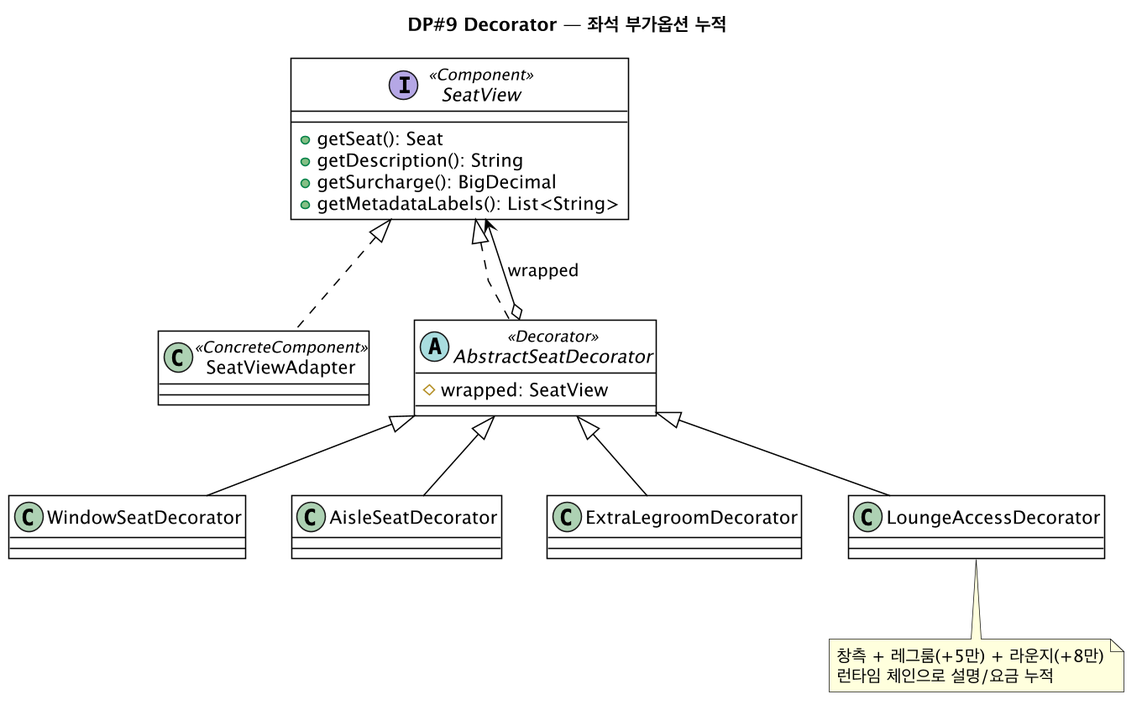
The PlantUML diagram docs/diagrams/iter4-puml/dp9-decorator.png in gimjungwook/KoreanAirReservationDomain, before a commit. Source of this version:
```plantuml
@startuml dp9-decorator
!include _style.puml
title DP#9 Decorator — 좌석 부가옵션 누적

interface SeatView <<Component>> {
  +getSeat(): Seat
  +getDescription(): String
  +getSurcharge(): BigDecimal
  +getMetadataLabels(): List<String>
}
class SeatViewAdapter <<ConcreteComponent>>
abstract class AbstractSeatDecorator <<Decorator>> {
  #wrapped: SeatView
}
class WindowSeatDecorator
class AisleSeatDecorator
class ExtraLegroomDecorator
class LoungeAccessDecorator

SeatView <|.. SeatViewAdapter
SeatView <|.. AbstractSeatDecorator
AbstractSeatDecorator o--> SeatView : wrapped
AbstractSeatDecorator <|-- WindowSeatDecorator
AbstractSeatDecorator <|-- AisleSeatDecorator
AbstractSeatDecorator <|-- ExtraLegroomDecorator
AbstractSeatDecorator <|-- LoungeAccessDecorator
note bottom : 창측 + 레그룸(+5만) + 라운지(+8만)\n런타임 체인으로 설명/요금 누적
@enduml
```
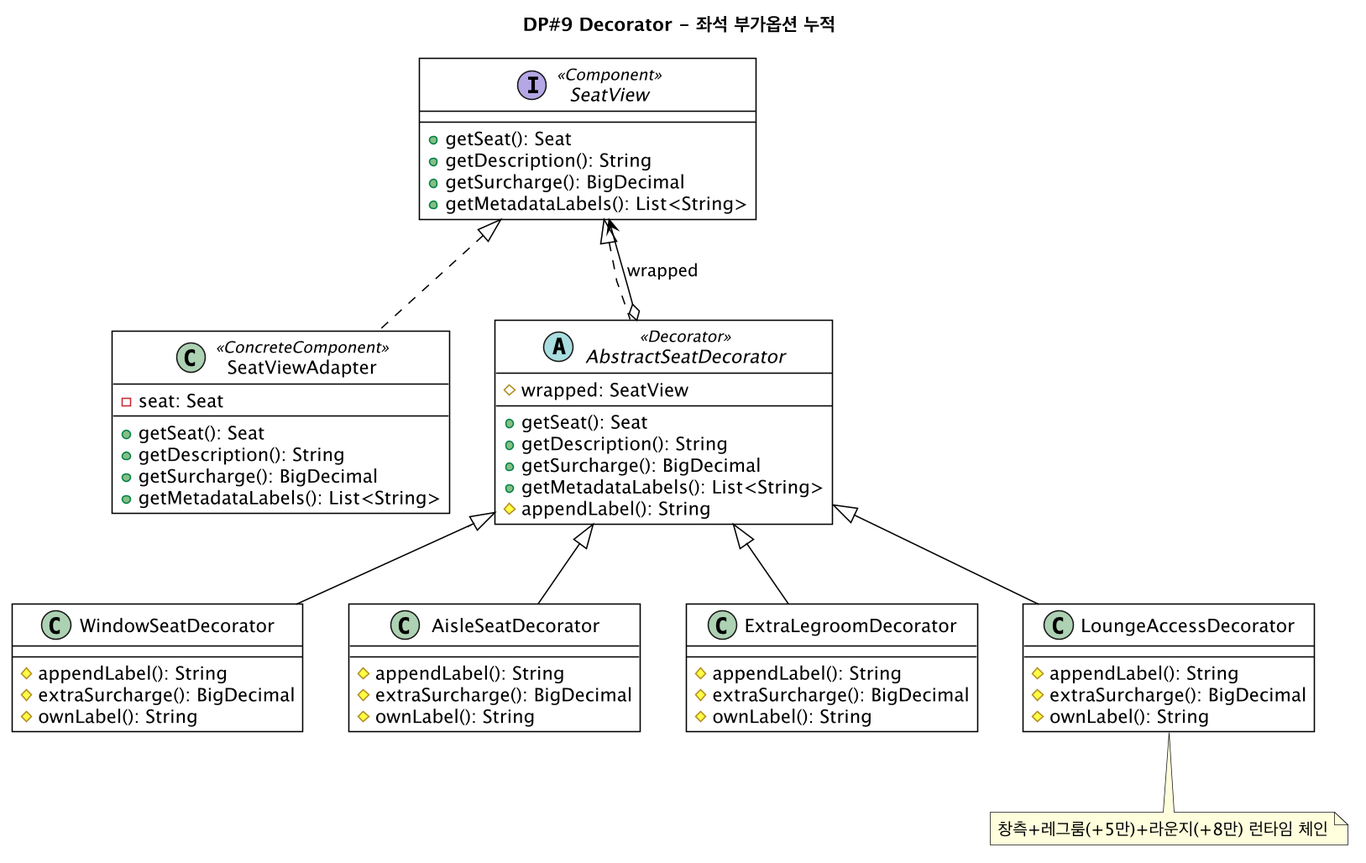
The same diagram one commit later.

The edit, as a diff of the source:
```diff
@@ -1,22 +1,49 @@
 @startuml dp9-decorator
 !include _style.puml
-title DP#9 Decorator — 좌석 부가옵션 누적
-
+title DP#9 Decorator - 좌석 부가옵션 누적
 interface SeatView <<Component>> {
   +getSeat(): Seat
   +getDescription(): String
   +getSurcharge(): BigDecimal
   +getMetadataLabels(): List<String>
 }
-class SeatViewAdapter <<ConcreteComponent>>
+class SeatViewAdapter <<ConcreteComponent>> {
+  -seat: Seat
+  --
+  +getSeat(): Seat
+  +getDescription(): String
+  +getSurcharge(): BigDecimal
+  +getMetadataLabels(): List<String>
+}
 abstract class AbstractSeatDecorator <<Decorator>> {
   #wrapped: SeatView
+  --
+  +getSeat(): Seat
+  +getDescription(): String
+  +getSurcharge(): BigDecimal
+  +getMetadataLabels(): List<String>
+  #appendLabel(): String
 }
-class WindowSeatDecorator
-class AisleSeatDecorator
-class ExtraLegroomDecorator
-class LoungeAccessDecorator
-
+class WindowSeatDecorator {
+  #appendLabel(): String
+  #extraSurcharge(): BigDecimal
+  #ownLabel(): String
+}
+class AisleSeatDecorator {
+  #appendLabel(): String
+  #extraSurcharge(): BigDecimal
+  #ownLabel(): String
+}
+class ExtraLegroomDecorator {
+  #appendLabel(): String
+  #extraSurcharge(): BigDecimal
+  #ownLabel(): String
+}
+class LoungeAccessDecorator {
+  #appendLabel(): String
+  #extraSurcharge(): BigDecimal
+  #ownLabel(): String
+}
 SeatView <|.. SeatViewAdapter
 SeatView <|.. AbstractSeatDecorator
 AbstractSeatDecorator o--> SeatView : wrapped
@@ -24,5 +51,5 @@
 AbstractSeatDecorator <|-- AisleSeatDecorator
 AbstractSeatDecorator <|-- ExtraLegroomDecorator
 AbstractSeatDecorator <|-- LoungeAccessDecorator
-note bottom : 창측 + 레그룸(+5만) + 라운지(+8만)\n런타임 체인으로 설명/요금 누적
+note bottom : 창측+레그룸(+5만)+라운지(+8만) 런타임 체인
 @enduml
```
